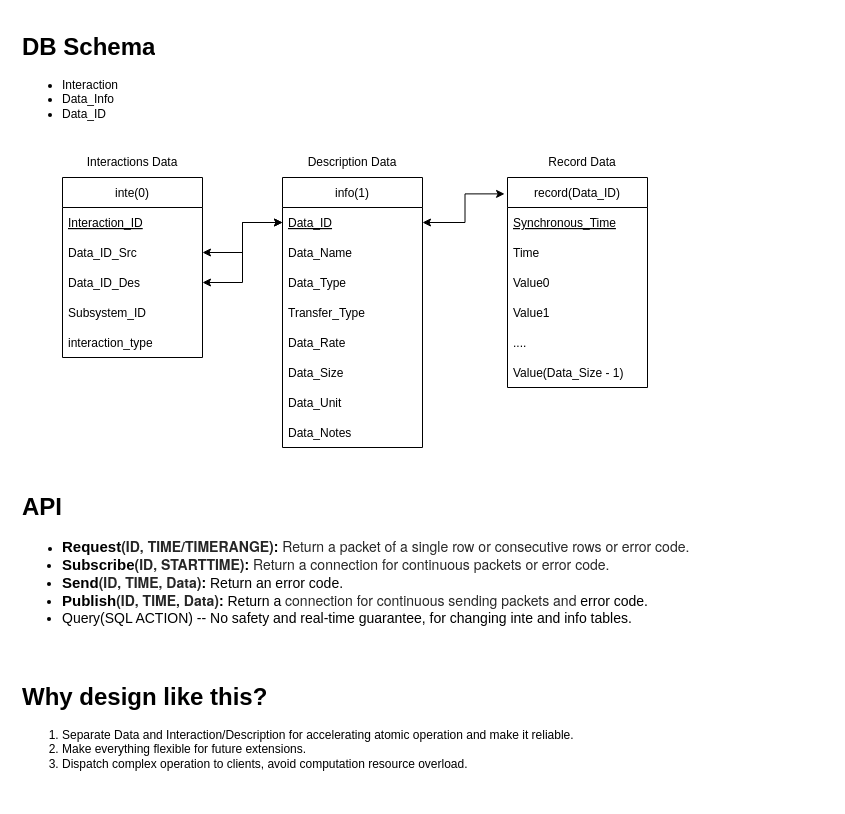
The draw.io diagram img/DDS_SCHEMA.drawio in ChuanyuXue/NASA-RETHi-DRDS, before the edit. Source tidied: cells renumbered, new cells numbered last; positions are measured from the earlier drawing's top-left corner, leaving out a move shared by most shapes. Both pictures are drawn from the tidied source at 100%, with x=0, y=0 at pixel (17, 27).
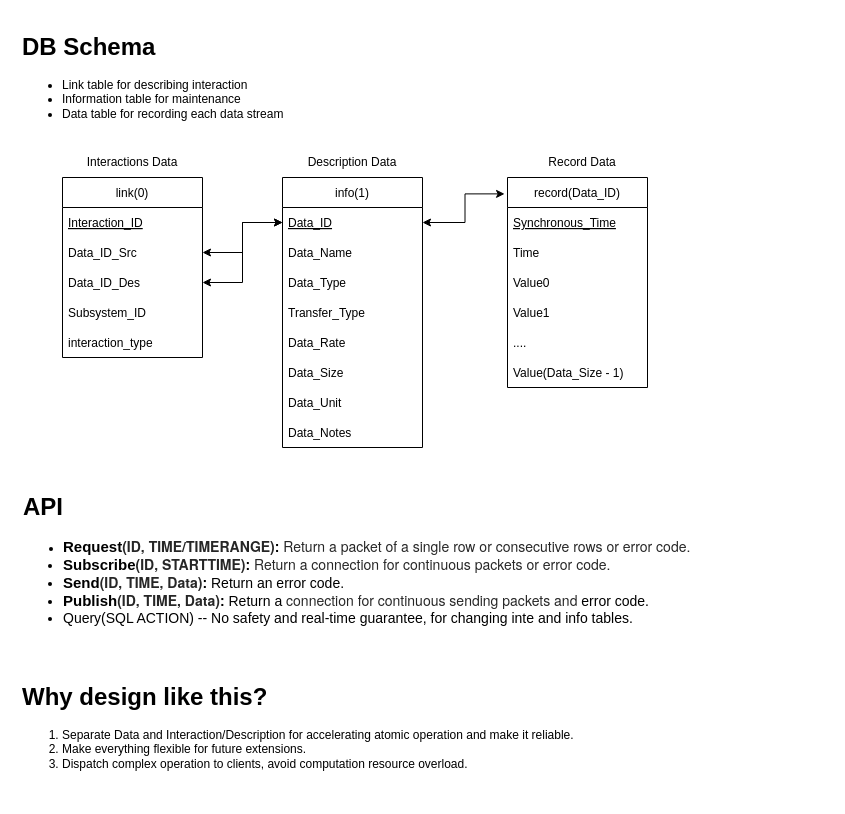
The same page after the edit.

The change refers to these unchanged cells:
```xml
<mxCell id="5" style="group;" parent="1" vertex="1">
  <mxGeometry x="40" y="120" width="600" height="330" as="geometry" />
</mxCell>
```

Change to the diagram source:
```diff
@@
-    <mxCell id="2" value="&lt;h1&gt;DB Schema&lt;/h1&gt;&lt;p&gt;&lt;ul&gt;&lt;li&gt;Interaction&lt;/li&gt;&lt;li&gt;Data_Info&lt;/li&gt;&lt;li&gt;Data_ID&lt;/li&gt;&lt;/ul&gt;&lt;/p&gt;" style="text;html=1;strokeColor=none;fillColor=none;spacing=5;spacingTop=-20;whiteSpace=wrap;overflow=hidden;rounded=0;" parent="1" vertex="1">
-      <mxGeometry width="190" height="120" as="geometry" />
+    <mxCell id="2" value="&lt;h1&gt;DB Schema&lt;/h1&gt;&lt;p&gt;&lt;/p&gt;&lt;ul&gt;&lt;li&gt;Link table for describing interaction&lt;/li&gt;&lt;li&gt;Information table for maintenance&amp;nbsp;&lt;/li&gt;&lt;li&gt;Data table for recording each data stream&lt;/li&gt;&lt;/ul&gt;&lt;p&gt;&lt;/p&gt;" style="text;html=1;strokeColor=none;fillColor=none;spacing=5;spacingTop=-20;whiteSpace=wrap;overflow=hidden;rounded=0;" parent="1" vertex="1">
+      <mxGeometry width="520" height="120" as="geometry" />
     </mxCell>
@@
     <mxCell id="4" value="&lt;h1&gt;API&lt;/h1&gt;&lt;ul&gt;&lt;li style=&quot;text-indent: 0px&quot;&gt;&lt;b&gt;&lt;span style=&quot;text-indent: -44px ; font-size: 15px&quot;&gt;Request&lt;/span&gt;&lt;span style=&quot;font-size: 14px ; color: rgba(0 , 0 , 0 , 0.85) ; font-family: &amp;#34;helvetica neue&amp;#34; ; text-indent: -44px&quot;&gt;(ID, TIME/TIMERANGE)&lt;/span&gt;&lt;span style=&quot;font-size: 14px&quot;&gt;:&lt;/span&gt;&lt;/b&gt;&lt;span style=&quot;font-size: 14px&quot;&gt;&amp;nbsp;&lt;/span&gt;&lt;span style=&quot;font-size: 14px ; color: rgba(0 , 0 , 0 , 0.85) ; font-family: &amp;#34;helvetica neue&amp;#34; ; text-indent: -44px&quot;&gt;Return a packet of a single row or consecutive rows or error code.&lt;/span&gt;&lt;/li&gt;&lt;li style=&quot;font-size: 14px&quot;&gt;&lt;b&gt;&lt;font style=&quot;font-size: 15px&quot;&gt;Subscribe&lt;/font&gt;&lt;span style=&quot;color: rgba(0 , 0 , 0 , 0.85) ; font-family: &amp;#34;helvetica neue&amp;#34; ; font-size: 14px ; text-indent: -44px&quot;&gt;(ID, STARTTIME)&lt;/span&gt;:&amp;nbsp;&lt;/b&gt;&lt;span style=&quot;color: rgba(0 , 0 , 0 , 0.85) ; font-family: &amp;#34;helvetica neue&amp;#34; ; font-size: 14px ; text-indent: -44px&quot;&gt;Return a connection for continuous packets or error code.&lt;/span&gt;&lt;/li&gt;&lt;li style=&quot;font-size: 14px&quot;&gt;&lt;b&gt;&lt;font style=&quot;font-size: 15px&quot;&gt;Send&lt;/font&gt;&lt;span style=&quot;color: rgba(0 , 0 , 0 , 0.85) ; font-family: &amp;#34;helvetica neue&amp;#34; ; font-size: 14px ; text-indent: -44px&quot;&gt;(ID, TIME, Data)&lt;/span&gt;:&lt;/b&gt;&amp;nbsp;Return an error code.&lt;/li&gt;&lt;li style=&quot;font-size: 14px&quot;&gt;&lt;b&gt;&lt;font style=&quot;font-size: 15px&quot;&gt;Publish&lt;/font&gt;&lt;span style=&quot;color: rgba(0 , 0 , 0 , 0.85) ; font-family: &amp;#34;helvetica neue&amp;#34; ; font-size: 14px ; text-indent: -44px&quot;&gt;(ID, TIME, Data)&lt;/span&gt;:&lt;/b&gt;&amp;nbsp;Return a&amp;nbsp;&lt;span style=&quot;color: rgba(0 , 0 , 0 , 0.85) ; font-family: &amp;#34;helvetica neue&amp;#34; ; text-indent: -44px&quot;&gt;connection for continuous sending packets and&lt;/span&gt;&amp;nbsp;error code.&lt;/li&gt;&lt;li style=&quot;font-size: 14px&quot;&gt;Query(SQL ACTION) -- No safety and real-time guarantee, for changing inte and info tables.&lt;/li&gt;&lt;/ul&gt;&lt;p&gt;&lt;/p&gt;" style="text;html=1;strokeColor=none;fillColor=none;spacing=5;spacingTop=-20;whiteSpace=wrap;overflow=hidden;rounded=0;" parent="1" vertex="1">
-      <mxGeometry y="460" width="810" height="180" as="geometry" />
+      <mxGeometry x="1" y="460" width="810" height="180" as="geometry" />
     </mxCell>
@@
-    <mxCell id="6" value="inte(0)" style="swimlane;fontStyle=0;horizontal=1;startSize=30;" parent="5" vertex="1">
+    <mxCell id="6" value="link(0)" style="swimlane;fontStyle=0;horizontal=1;startSize=30;" parent="5" vertex="1">
       <mxGeometry x="5" y="30" width="140" height="180" as="geometry" />
     </mxCell>
```
